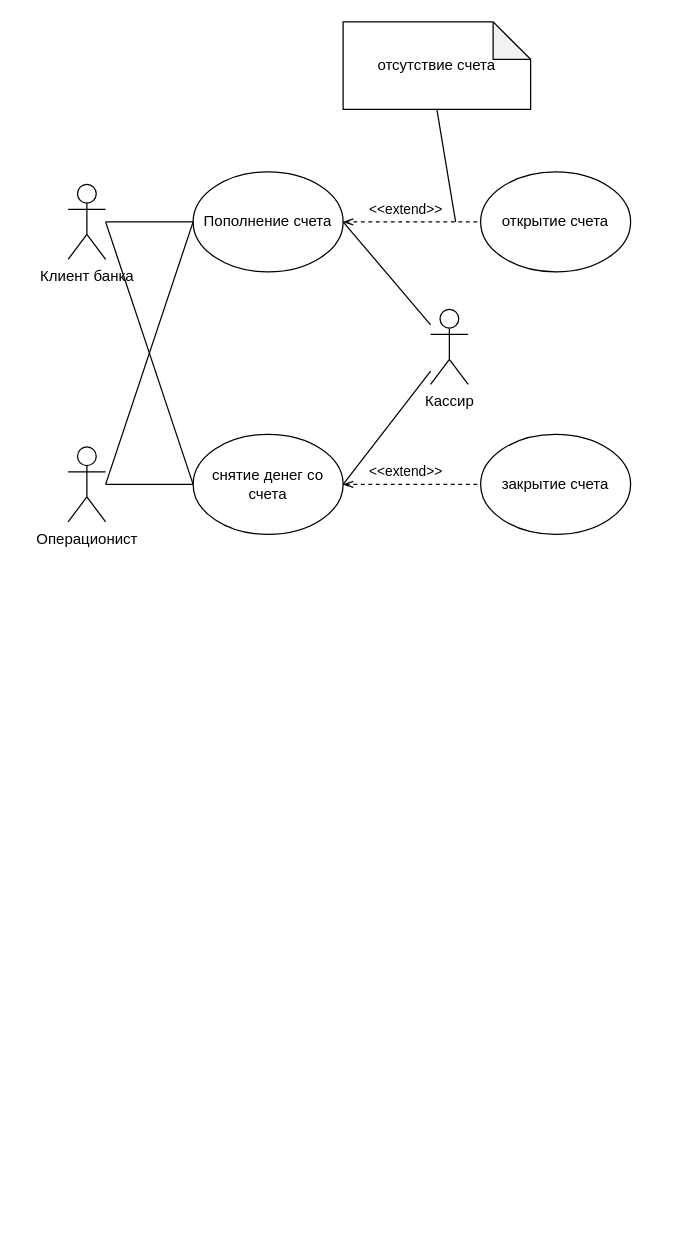
sergkhr/VUZsystemModeling keeps this draw.io diagram as вторая практика.drawio. Above is the earlier version. Source tidied: cells renumbered, new cells numbered last; positions are measured from the earlier drawing's top-left corner, leaving out a move shared by most shapes. Both pictures are drawn from the tidied source at 125%, with x=0, y=0 at pixel (68, 21).
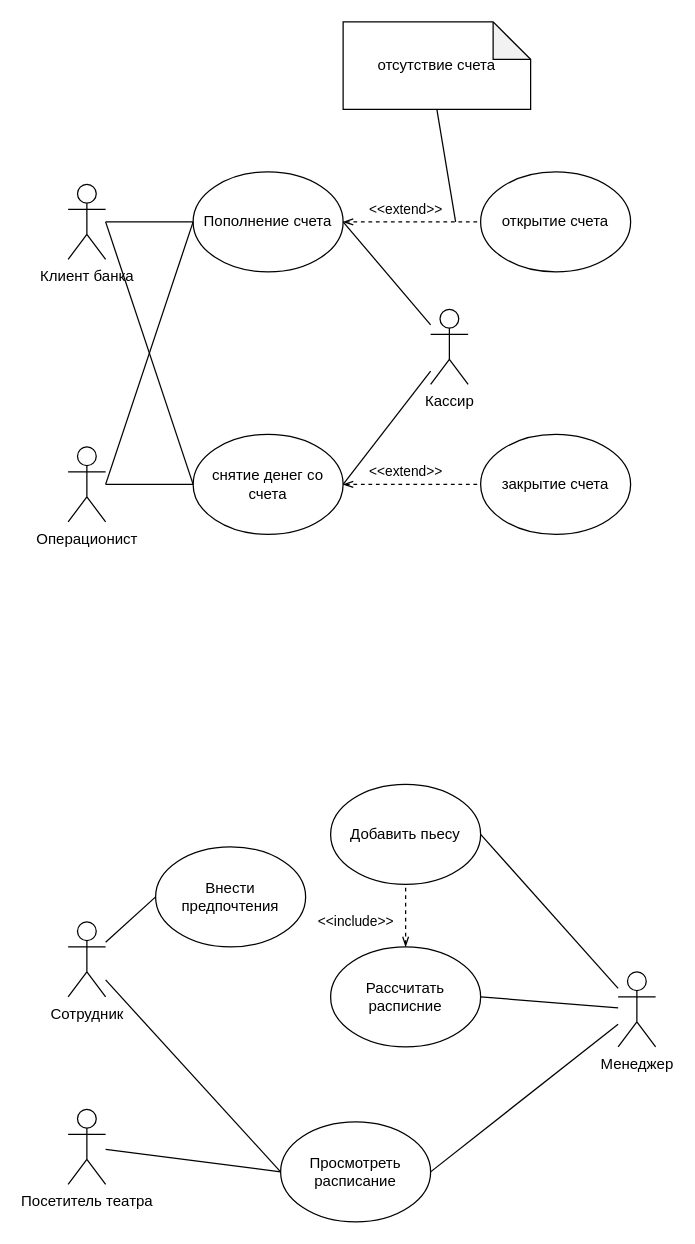
After the change.

What changed in the source:
```diff
@@
+    <mxCell id="19" value="Менеджер" style="shape=umlActor;verticalLabelPosition=bottom;verticalAlign=top;html=1;outlineConnect=0;" parent="1" vertex="1">
+      <mxGeometry x="440" y="760" width="30" height="60" as="geometry" />
+    </mxCell>
+    <mxCell id="20" value="Сотрудник" style="shape=umlActor;verticalLabelPosition=bottom;verticalAlign=top;html=1;outlineConnect=0;" parent="1" vertex="1">
+      <mxGeometry y="720" width="30" height="60" as="geometry" />
+    </mxCell>
+    <mxCell id="21" value="Добавить пьесу" style="ellipse;whiteSpace=wrap;html=1;" parent="1" vertex="1">
+      <mxGeometry x="210" y="610" width="120" height="80" as="geometry" />
+    </mxCell>
+    <mxCell id="22" style="endArrow=none;html=1;rounded=0;exitX=1;exitY=0.5;exitDx=0;exitDy=0;" parent="1" edge="1" source="21" target="19">
+      <mxGeometry relative="1" as="geometry" />
+    </mxCell>
+    <mxCell id="23" value="Рассчитать расписние" style="ellipse;whiteSpace=wrap;html=1;" parent="1" vertex="1">
+      <mxGeometry x="210" y="740" width="120" height="80" as="geometry" />
+    </mxCell>
+    <mxCell id="24" style="endArrow=none;html=1;rounded=0;exitX=1;exitY=0.5;exitDx=0;exitDy=0;" parent="1" edge="1" source="23" target="19">
+      <mxGeometry relative="1" as="geometry" />
+    </mxCell>
+    <mxCell id="25" value="&amp;lt;&amp;lt;include&amp;gt;&amp;gt;" style="endArrow=none;dashed=1;html=1;rounded=0;exitX=0.5;exitY=0;exitDx=0;exitDy=0;entryX=0.5;entryY=1;entryDx=0;entryDy=0;strokeWidth=1;targetPerimeterSpacing=0;sourcePerimeterSpacing=0;startArrow=openThin;startFill=0;" parent="1" edge="1" source="23" target="21">
+      <mxGeometry x="-0.2" y="40" relative="1" as="geometry" />
+    </mxCell>
+    <mxCell id="26" value="Внести предпочтения" style="ellipse;whiteSpace=wrap;html=1;" parent="1" vertex="1">
+      <mxGeometry x="70" y="660" width="120" height="80" as="geometry" />
+    </mxCell>
+    <mxCell id="27" style="endArrow=none;html=1;rounded=0;entryX=0;entryY=0.5;entryDx=0;entryDy=0;" parent="1" edge="1" source="20" target="26">
+      <mxGeometry relative="1" as="geometry" />
+    </mxCell>
+    <mxCell id="28" value="Просмотреть расписание" style="ellipse;whiteSpace=wrap;html=1;" parent="1" vertex="1">
+      <mxGeometry x="170" y="880" width="120" height="80" as="geometry" />
+    </mxCell>
+    <mxCell id="29" style="endArrow=none;html=1;rounded=0;exitX=1;exitY=0.5;exitDx=0;exitDy=0;" parent="1" edge="1" source="28" target="19">
+      <mxGeometry relative="1" as="geometry" />
+    </mxCell>
+    <mxCell id="30" value="Посетитель театра" style="shape=umlActor;verticalLabelPosition=bottom;verticalAlign=top;html=1;outlineConnect=0;" parent="1" vertex="1">
+      <mxGeometry y="870" width="30" height="60" as="geometry" />
+    </mxCell>
+    <mxCell id="31" style="endArrow=none;html=1;rounded=0;entryX=0;entryY=0.5;entryDx=0;entryDy=0;" parent="1" edge="1" source="30" target="28">
+      <mxGeometry relative="1" as="geometry" />
+    </mxCell>
+    <mxCell id="32" style="endArrow=none;html=1;rounded=0;entryX=0;entryY=0.5;entryDx=0;entryDy=0;" parent="1" edge="1" source="20" target="28">
+      <mxGeometry relative="1" as="geometry" />
+    </mxCell>
```
